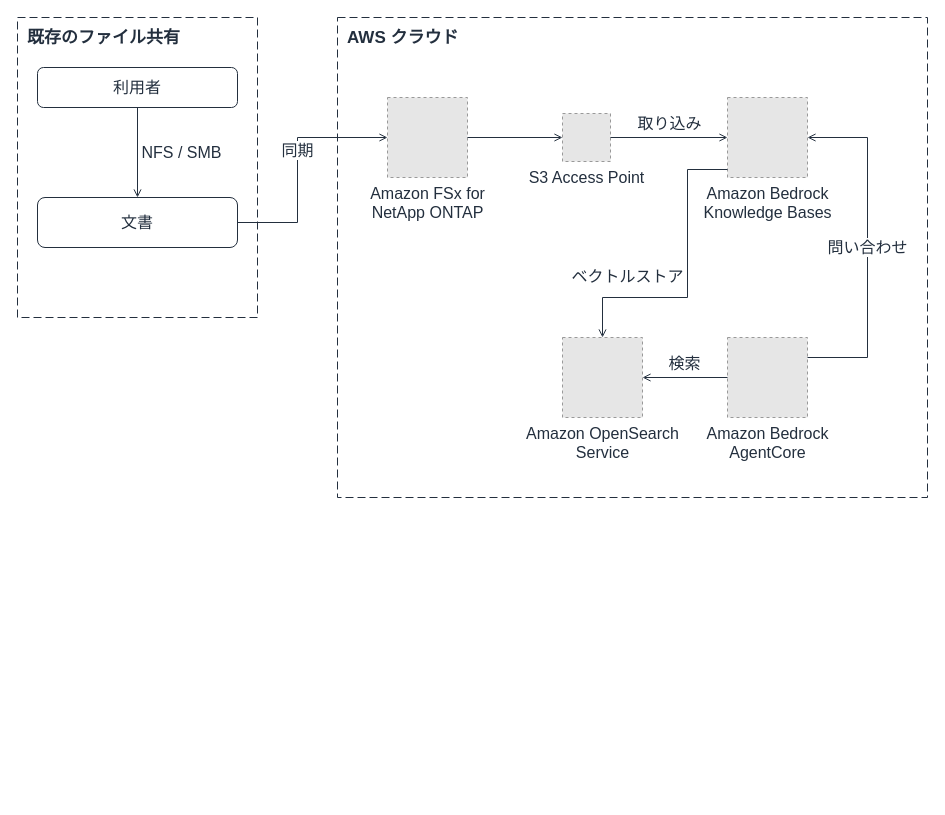
Earlier version of the draw.io diagram docs/diagrams/pattern-05-agentic-rag.drawio (Yoshiki0705/ontap-edge-to-cloud-ai). Source tidied: cells renumbered, new cells numbered last; positions are measured from the earlier drawing's top-left corner, leaving out a move shared by most shapes. Both pictures are drawn from the tidied source at 100%, with x=0, y=0 at pixel (17, 17). Pictures stored in the file or linked from it are replaced by grey dashed boxes.
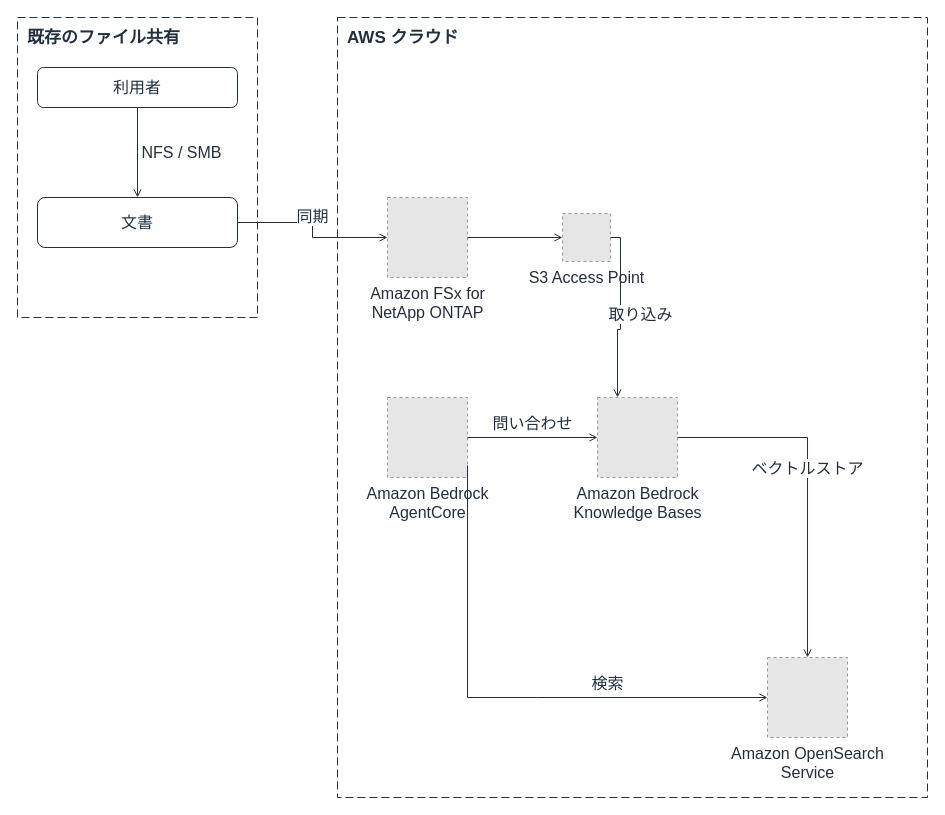
Above is the later version.

Unchanged cells that the change refers to:
```xml
<mxCell id="5" value="文書" style="rounded=1;html=1;whiteSpace=wrap;fillColor=#FFFFFF;strokeColor=#232F3E;fontSize=16;fontColor=#232F3E;" parent="1" vertex="1">
  <mxGeometry x="20" y="180" width="200" height="50" as="geometry" />
</mxCell>
```

What changed in the source:
```diff
@@
     <mxCell id="3" value="AWS クラウド" style="rounded=0;html=1;dashed=1;dashPattern=8 4;fillColor=none;strokeColor=#232F3E;verticalAlign=top;align=left;spacingLeft=8;spacingTop=4;fontSize=17;fontColor=#232F3E;fontStyle=1;" parent="1" vertex="1">
-      <mxGeometry x="320" width="590" height="480" as="geometry" />
+      <mxGeometry x="320" width="590" height="780" as="geometry" />
     </mxCell>
@@
     <mxCell id="6" value="Amazon FSx for&lt;br&gt;NetApp ONTAP" style="fillColor=#E6E6E6;strokeColor=#999999;dashed=1;html=1;verticalLabelPosition=bottom;verticalAlign=top;labelPosition=center;align=center;fontSize=16;fontColor=#232F3E;" parent="1" vertex="1">
-      <mxGeometry x="370" y="80" width="80" height="80" as="geometry" />
+      <mxGeometry x="370" y="180" width="80" height="80" as="geometry" />
     </mxCell>
     <mxCell id="7" value="S3 Access Point" style="fillColor=#E6E6E6;strokeColor=#999999;dashed=1;html=1;verticalLabelPosition=bottom;verticalAlign=top;labelPosition=center;align=center;fontSize=16;fontColor=#232F3E;" parent="1" vertex="1">
-      <mxGeometry x="545" y="96" width="48" height="48" as="geometry" />
+      <mxGeometry x="545" y="196" width="48" height="48" as="geometry" />
     </mxCell>
+    <mxCell id="10" value="Amazon Bedrock&lt;br&gt;AgentCore" style="fillColor=#E6E6E6;strokeColor=#999999;dashed=1;html=1;verticalLabelPosition=bottom;verticalAlign=top;labelPosition=center;align=center;fontSize=16;fontColor=#232F3E;" parent="1" vertex="1">
+      <mxGeometry x="370" y="380" width="80" height="80" as="geometry" />
+    </mxCell>
     <mxCell id="8" value="Amazon Bedrock&lt;br&gt;Knowledge Bases" style="fillColor=#E6E6E6;strokeColor=#999999;dashed=1;html=1;verticalLabelPosition=bottom;verticalAlign=top;labelPosition=center;align=center;fontSize=16;fontColor=#232F3E;" parent="1" vertex="1">
-      <mxGeometry x="710" y="80" width="80" height="80" as="geometry" />
+      <mxGeometry x="580" y="380" width="80" height="80" as="geometry" />
     </mxCell>
     <mxCell id="9" value="Amazon OpenSearch&lt;br&gt;Service" style="fillColor=#E6E6E6;strokeColor=#999999;dashed=1;html=1;verticalLabelPosition=bottom;verticalAlign=top;labelPosition=center;align=center;fontSize=16;fontColor=#232F3E;" parent="1" vertex="1">
-      <mxGeometry x="545" y="320" width="80" height="80" as="geometry" />
+      <mxGeometry x="750" y="640" width="80" height="80" as="geometry" />
     </mxCell>
-    <mxCell id="10" value="Amazon Bedrock&lt;br&gt;AgentCore" style="fillColor=#E6E6E6;strokeColor=#999999;dashed=1;html=1;verticalLabelPosition=bottom;verticalAlign=top;labelPosition=center;align=center;fontSize=16;fontColor=#232F3E;" parent="1" vertex="1">
-      <mxGeometry x="710" y="320" width="80" height="80" as="geometry" />
-    </mxCell>
@@
     <mxCell id="12" value="同期" style="edgeStyle=orthogonalEdgeStyle;rounded=0;html=1;endArrow=open;endFill=0;strokeColor=#232F3E;strokeWidth=1;fontSize=16;fontColor=#232F3E;labelBackgroundColor=#FFFFFF;exitX=1;exitY=0.5;exitDx=0;exitDy=0;entryX=0;entryY=0.5;entryDx=0;entryDy=0;" parent="1" edge="1" source="5" target="6">
       <mxGeometry relative="1" as="geometry">
-        <Array as="points">
-          <mxPoint x="280" y="205" />
-          <mxPoint x="280" y="120" />
-        </Array>
         <mxPoint y="-14" as="offset" />
       </mxGeometry>
     </mxCell>
@@
-    <mxCell id="14" value="取り込み" style="edgeStyle=orthogonalEdgeStyle;rounded=0;html=1;endArrow=open;endFill=0;strokeColor=#232F3E;strokeWidth=1;fontSize=16;fontColor=#232F3E;labelBackgroundColor=#FFFFFF;exitX=1;exitY=0.5;exitDx=0;exitDy=0;entryX=0;entryY=0.5;entryDx=0;entryDy=0;" parent="1" edge="1" source="7" target="8">
+    <mxCell id="14" value="取り込み" style="edgeStyle=orthogonalEdgeStyle;rounded=0;html=1;endArrow=open;endFill=0;strokeColor=#232F3E;strokeWidth=1;fontSize=16;fontColor=#232F3E;labelBackgroundColor=#FFFFFF;exitX=1;exitY=0.5;exitDx=0;exitDy=0;entryX=0.25;entryY=0;entryDx=0;entryDy=0;" parent="1" edge="1" source="7" target="8">
       <mxGeometry relative="1" as="geometry">
-        <mxPoint y="-14" as="offset" />
+        <mxPoint x="20" as="offset" />
       </mxGeometry>
     </mxCell>
-    <mxCell id="15" value="ベクトルストア" style="edgeStyle=orthogonalEdgeStyle;rounded=0;html=1;endArrow=open;endFill=0;strokeColor=#232F3E;strokeWidth=1;fontSize=16;fontColor=#232F3E;labelBackgroundColor=#FFFFFF;exitX=0;exitY=0.9;exitDx=0;exitDy=0;entryX=0.5;entryY=0;entryDx=0;entryDy=0;" parent="1" edge="1" source="8" target="9">
+    <mxCell id="15" value="ベクトルストア" style="edgeStyle=orthogonalEdgeStyle;rounded=0;html=1;endArrow=open;endFill=0;strokeColor=#232F3E;strokeWidth=1;fontSize=16;fontColor=#232F3E;labelBackgroundColor=#FFFFFF;exitX=1;exitY=0.5;exitDx=0;exitDy=0;entryX=0.5;entryY=0;entryDx=0;entryDy=0;" parent="1" edge="1" source="8" target="9">
       <mxGeometry relative="1" as="geometry">
         <Array as="points">
-          <mxPoint x="670" y="152" />
-          <mxPoint x="670" y="280" />
-          <mxPoint x="585" y="280" />
+          <mxPoint x="790" y="420" />
         </Array>
-        <mxPoint x="-60" as="offset" />
+        <mxPoint y="-14" as="offset" />
       </mxGeometry>
     </mxCell>
-    <mxCell id="16" value="検索" style="edgeStyle=orthogonalEdgeStyle;rounded=0;html=1;endArrow=open;endFill=0;strokeColor=#232F3E;strokeWidth=1;fontSize=16;fontColor=#232F3E;labelBackgroundColor=#FFFFFF;exitX=0;exitY=0.5;exitDx=0;exitDy=0;entryX=1;entryY=0.5;entryDx=0;entryDy=0;" parent="1" edge="1" source="10" target="9">
-      <mxGeometry relative="1" as="geometry">
+    <mxCell id="16" value="検索" style="edgeStyle=orthogonalEdgeStyle;rounded=0;html=1;endArrow=open;endFill=0;strokeColor=#232F3E;strokeWidth=1;fontSize=16;fontColor=#232F3E;labelBackgroundColor=#FFFFFF;exitX=1;exitY=0.85;exitDx=0;exitDy=0;entryX=0;entryY=0.5;entryDx=0;entryDy=0;" parent="1" edge="1" source="10" target="9">
+      <mxGeometry x="0.4" relative="1" as="geometry">
+        <Array as="points">
+          <mxPoint x="520" y="680" />
+          <mxPoint x="710" y="680" />
+        </Array>
         <mxPoint y="-14" as="offset" />
       </mxGeometry>
     </mxCell>
-    <mxCell id="17" value="問い合わせ" style="edgeStyle=orthogonalEdgeStyle;rounded=0;html=1;endArrow=open;endFill=0;strokeColor=#232F3E;strokeWidth=1;fontSize=16;fontColor=#232F3E;labelBackgroundColor=#FFFFFF;exitX=1;exitY=0.25;exitDx=0;exitDy=0;entryX=1;entryY=0.5;entryDx=0;entryDy=0;" parent="1" edge="1" source="10" target="8">
+    <mxCell id="17" value="問い合わせ" style="edgeStyle=orthogonalEdgeStyle;rounded=0;html=1;endArrow=open;endFill=0;strokeColor=#232F3E;strokeWidth=1;fontSize=16;fontColor=#232F3E;labelBackgroundColor=#FFFFFF;exitX=1;exitY=0.5;exitDx=0;exitDy=0;entryX=0;entryY=0.5;entryDx=0;entryDy=0;" parent="1" edge="1" source="10" target="8">
       <mxGeometry relative="1" as="geometry">
-        <Array as="points">
-          <mxPoint x="850" y="340" />
-          <mxPoint x="850" y="120" />
-        </Array>
+        <mxPoint y="-14" as="offset" />
       </mxGeometry>
     </mxCell>
```
